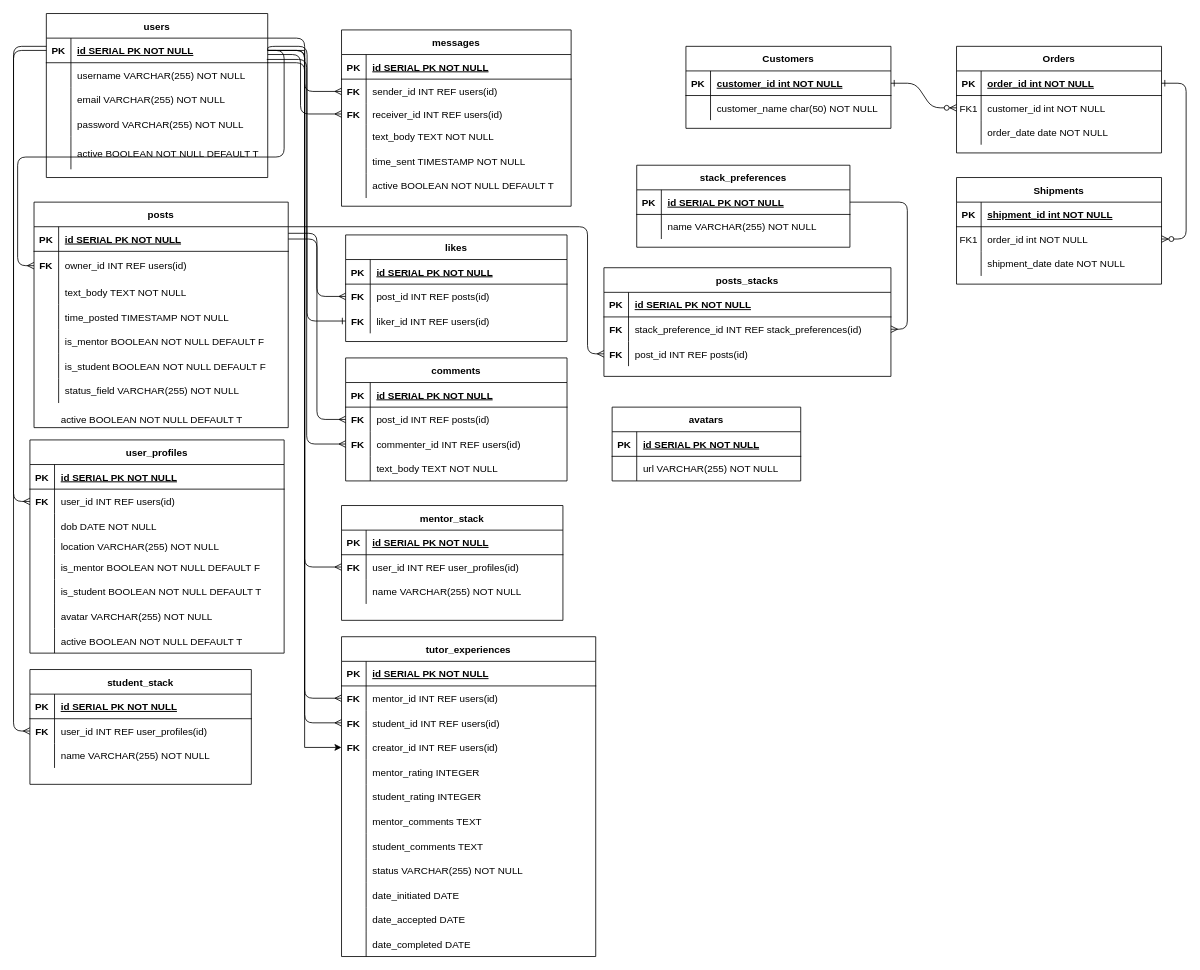
The draw.io diagram erd.drawio in mgibby91/social_network, before the edit. Source tidied: cells renumbered, new cells numbered last; positions are measured from the earlier drawing's top-left corner, leaving out a move shared by most shapes. Both pictures are drawn from the tidied source at 82%, with x=0, y=0 at pixel (13, 13).
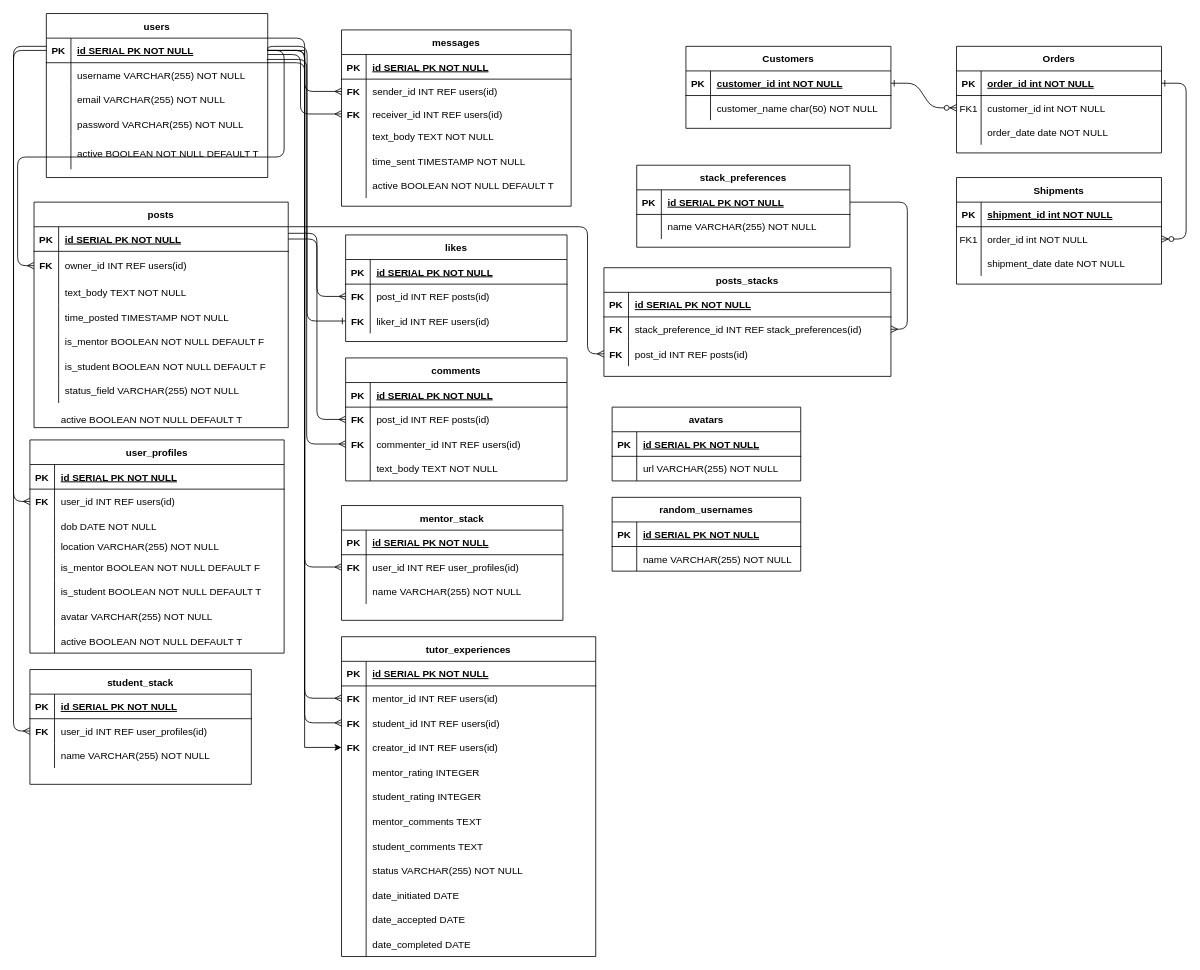
Above is the later version.

Commit message (it also covers changes not shown here):
add functionality for random username in input

Change to the diagram source:
```diff
@@
+    <mxCell id="233" value="random_usernames" style="shape=table;startSize=30;childLayout=tableLayout;rowLines=0;fontStyle=1;align=center;" parent="1" vertex="1">
+      <mxGeometry x="730" y="590" width="230" height="90" as="geometry" />
+    </mxCell>
+    <mxCell id="234" style="shape=partialRectangle;fillColor=none;top=0;left=0;bottom=1;right=0;" parent="233" vertex="1">
+      <mxGeometry y="30" width="230" height="30" as="geometry" />
+    </mxCell>
+    <mxCell id="235" value="PK" style="shape=partialRectangle;fillColor=none;top=0;left=0;bottom=0;right=0;fontStyle=1;overflow=hidden;" parent="234" vertex="1">
+      <mxGeometry width="30" height="30" as="geometry" />
+    </mxCell>
+    <mxCell id="236" value="id SERIAL PK NOT NULL" style="shape=partialRectangle;fillColor=none;top=0;left=0;bottom=0;right=0;align=left;spacingLeft=6;fontStyle=5;overflow=hidden;" parent="234" vertex="1">
+      <mxGeometry x="30" width="200" height="30" as="geometry" />
+    </mxCell>
+    <mxCell id="237" style="shape=partialRectangle;fillColor=none;top=0;left=0;bottom=0;right=0;" parent="233" vertex="1">
+      <mxGeometry y="60" width="230" height="30" as="geometry" />
+    </mxCell>
+    <mxCell id="238" style="shape=partialRectangle;fillColor=none;top=0;left=0;bottom=0;right=0;overflow=hidden;" parent="237" vertex="1">
+      <mxGeometry width="30" height="30" as="geometry" />
+    </mxCell>
+    <mxCell id="239" value="name VARCHAR(255) NOT NULL" style="shape=partialRectangle;fillColor=none;top=0;left=0;bottom=0;right=0;align=left;spacingLeft=6;overflow=hidden;" parent="237" vertex="1">
+      <mxGeometry x="30" width="200" height="30" as="geometry" />
+    </mxCell>
```
